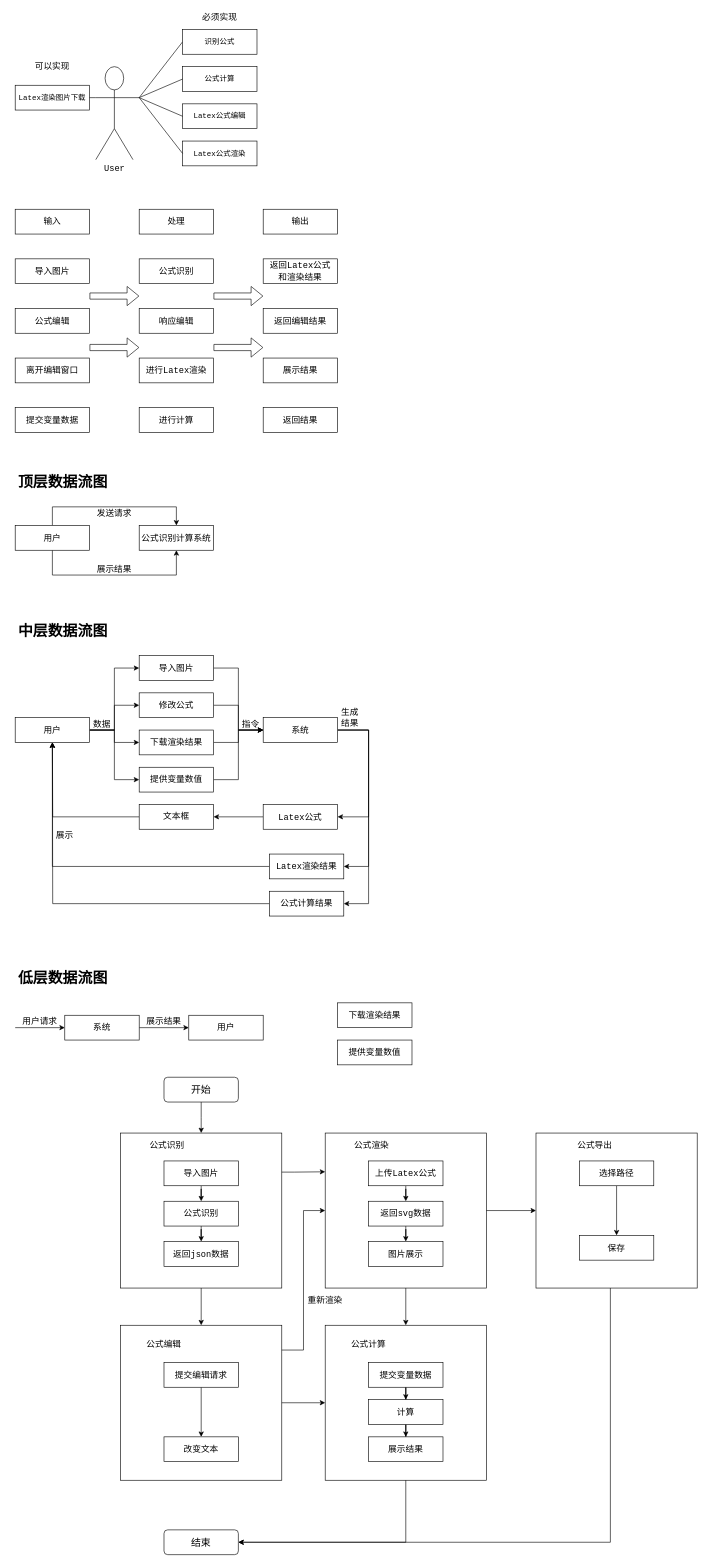
IshiKura-a/CPP_PROJECT_2020 keeps this draw.io diagram as img/img.drawio. Above is the earlier version. Source tidied: cells renumbered, new cells numbered last; positions are measured from the earlier drawing's top-left corner, leaving out a move shared by most shapes. Both pictures are drawn from the tidied source at 62%, with x=0, y=0 at pixel (15, 11).
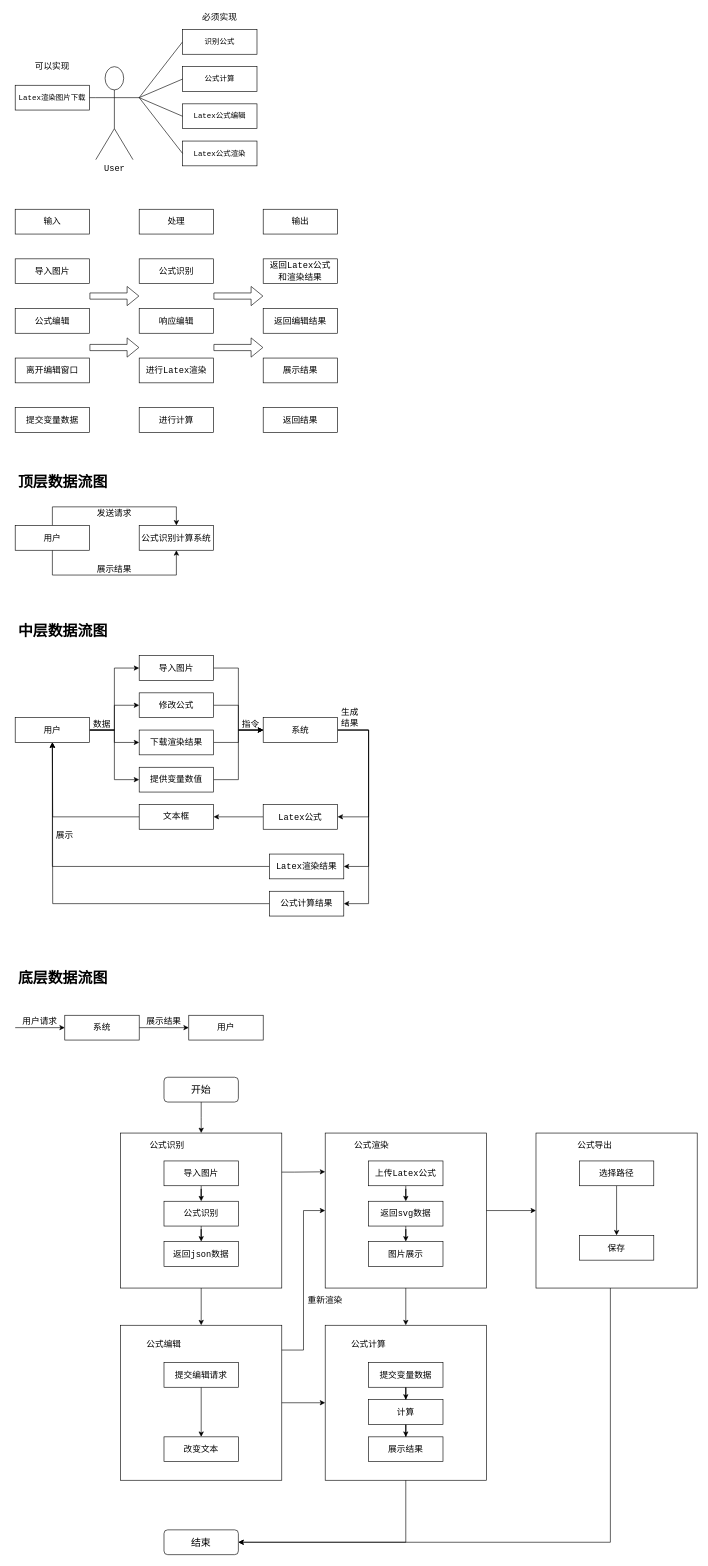
The same diagram, later.

What changed in the source:
```diff
@@
-    <mxCell id="82" value="&lt;h1&gt;低层数据流图&lt;/h1&gt;" style="text;html=1;strokeColor=none;fillColor=none;spacing=5;spacingTop=-20;whiteSpace=wrap;overflow=hidden;rounded=0;" parent="1" vertex="1">
+    <mxCell id="82" value="&lt;h1&gt;底层数据流图&lt;/h1&gt;" style="text;html=1;strokeColor=none;fillColor=none;spacing=5;spacingTop=-20;whiteSpace=wrap;overflow=hidden;rounded=0;" parent="1" vertex="1">
       <mxGeometry y="1540" width="190" height="40" as="geometry" />
     </mxCell>
@@
-    <mxCell id="92" value="&lt;span style=&quot;font-size: 14px&quot;&gt;下载渲染结果&lt;/span&gt;" style="rounded=0;whiteSpace=wrap;html=1;" parent="1" vertex="1">
-      <mxGeometry x="520" y="1600" width="120" height="40" as="geometry" />
-    </mxCell>
-    <mxCell id="93" value="&lt;span style=&quot;font-size: 14px&quot;&gt;提供变量数值&lt;/span&gt;" style="rounded=0;whiteSpace=wrap;html=1;" parent="1" vertex="1">
-      <mxGeometry x="520" y="1660" width="120" height="40" as="geometry" />
-    </mxCell>
```
